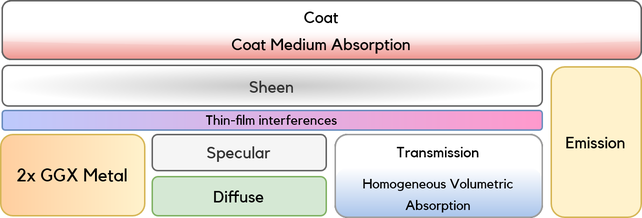
TomClabault/tomclabault.github.io keeps this draw.io diagram as assets/img/HIPRT-Path-Tracer/LayeredBSDF.png. Above is the earlier version. Source tidied: cells renumbered, new cells last; positions are measured from the earlier drawing's top-left corner, leaving out a move shared by most shapes.
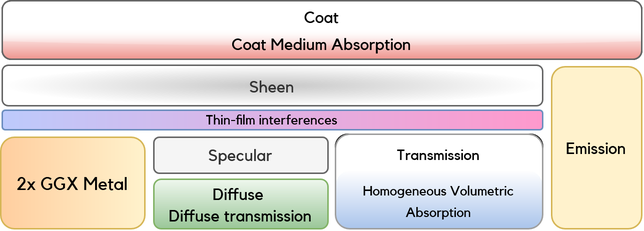
After the commit.

Commit message:
Update HIPRT-Path-Tracer

The edit, as a diff of the source:
```diff
@@ -12,25 +12,25 @@
       <mxGeometry x="1" y="43" width="360" height="27" as="geometry" />
     </mxCell>
     <mxCell id="5" value="&lt;font face=&quot;Kollektif&quot;&gt;2x GGX Metal&lt;br&gt;&lt;/font&gt;" style="rounded=1;whiteSpace=wrap;html=1;fillColor=#fff2cc;strokeColor=#d6b656;gradientColor=#FFCE9F;gradientDirection=west;" parent="1" vertex="1">
-      <mxGeometry y="89" width="96" height="54" as="geometry" />
+      <mxGeometry y="91" width="96" height="61" as="geometry" />
     </mxCell>
     <mxCell id="6" value="&lt;p style=&quot;line-height: 120%;&quot;&gt;&lt;font style=&quot;font-size: 11px;&quot; face=&quot;Kollektif&quot;&gt;Specular&lt;/font&gt;&lt;/p&gt;" style="rounded=1;whiteSpace=wrap;html=1;fillColor=#f5f5f5;fontColor=#333333;strokeColor=#666666;" parent="1" vertex="1">
-      <mxGeometry x="101" y="89" width="116" height="24" as="geometry" />
+      <mxGeometry x="102" y="91" width="116" height="24" as="geometry" />
     </mxCell>
-    <mxCell id="7" value="&lt;font style=&quot;font-size: 11px;&quot; face=&quot;Kollektif&quot;&gt;Diffuse&lt;/font&gt;" style="rounded=1;whiteSpace=wrap;html=1;fillColor=#d5e8d4;strokeColor=#82b366;" parent="1" vertex="1">
-      <mxGeometry x="101" y="117" width="116" height="26" as="geometry" />
+    <mxCell id="7" value="&lt;div&gt;&lt;font style=&quot;font-size: 11px;&quot; face=&quot;Kollektif&quot;&gt;Diffuse&amp;nbsp;&lt;/font&gt;&lt;/div&gt;&lt;div&gt;&lt;font style=&quot;font-size: 11px;&quot; face=&quot;Kollektif&quot;&gt;Diffuse transmission&lt;br&gt;&lt;/font&gt;&lt;/div&gt;" style="rounded=1;whiteSpace=wrap;html=1;fillColor=#eff7ee;strokeColor=#82b366;gradientColor=#9ac798;" parent="1" vertex="1">
+      <mxGeometry x="102" y="119" width="116" height="33" as="geometry" />
     </mxCell>
     <mxCell id="8" value="&lt;font style=&quot;font-size: 10px;&quot; face=&quot;Kollektif&quot;&gt;Transmission&lt;/font&gt;" style="rounded=1;whiteSpace=wrap;html=1;fillColor=#FFFFFF;strokeColor=none;gradientColor=#FFFFFF;gradientDirection=south;arcSize=36;" parent="1" vertex="1">
-      <mxGeometry x="223" y="89" width="138" height="22" as="geometry" />
+      <mxGeometry x="223" y="91" width="138" height="22" as="geometry" />
     </mxCell>
     <mxCell id="9" value="&lt;font style=&quot;font-size: 9px;&quot; face=&quot;Kollektif&quot;&gt;Homogeneous &lt;/font&gt;&lt;font style=&quot;font-size: 9px;&quot; face=&quot;Kollektif&quot;&gt;Volumetric Absorption&lt;/font&gt;" style="rounded=1;whiteSpace=wrap;html=1;fillColor=#A9C4EB;strokeColor=none;gradientColor=#FFFFFF;gradientDirection=north;arcSize=27;" parent="1" vertex="1">
-      <mxGeometry x="223" y="111" width="138" height="33" as="geometry" />
+      <mxGeometry x="223" y="113" width="138" height="39" as="geometry" />
     </mxCell>
     <mxCell id="10" value="&lt;font style=&quot;font-size: 11px;&quot; face=&quot;Kollektif&quot;&gt;Emission&lt;/font&gt;" style="rounded=1;whiteSpace=wrap;html=1;fillColor=#fff2cc;strokeColor=#d6b656;" parent="1" vertex="1">
-      <mxGeometry x="367" y="44" width="60" height="100" as="geometry" />
+      <mxGeometry x="367" y="44" width="60" height="108" as="geometry" />
     </mxCell>
     <mxCell id="11" style="rounded=1;whiteSpace=wrap;html=1;fillColor=none;fontColor=#333333;strokeColor=#9F9F9F;strokeWidth=1;" parent="1" vertex="1">
-      <mxGeometry x="223" y="89" width="138" height="55" as="geometry" />
+      <mxGeometry x="223" y="89" width="138" height="63" as="geometry" />
     </mxCell>
     <mxCell id="12" style="group;" parent="1" vertex="1">
       <mxGeometry x="1" y="1" width="426" height="38" as="geometry" />
```
